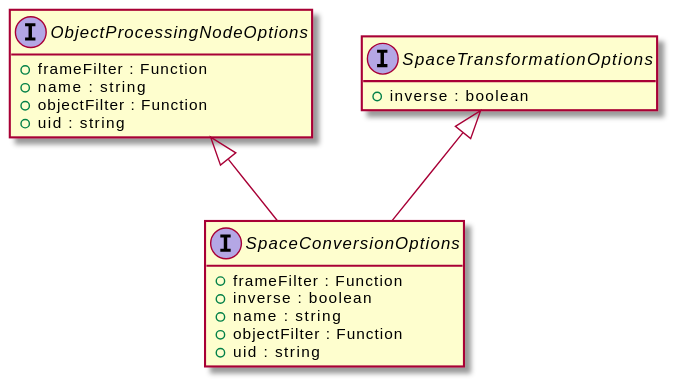
This is assets/SpaceConversionOptions-umlClassDiagram-13243.svg from OpenHPS/openhps-core, a PlantUML export, as it was before one commit. Source of this version:
```plantuml
@startuml
skinparam BackgroundColor transparent
hide empty methods
hide empty fields
interface "SpaceConversionOptions" {
    +frameFilter : Function
    +inverse : boolean
    +name : string
    +objectFilter : Function
    +uid : string
}
interface "ObjectProcessingNodeOptions" {
    +frameFilter : Function
    +name : string
    +objectFilter : Function
    +uid : string
}
"ObjectProcessingNodeOptions" <|-- "SpaceConversionOptions"
interface "SpaceTransformationOptions" {
    +inverse : boolean
}
"SpaceTransformationOptions" <|-- "SpaceConversionOptions"
@enduml
```
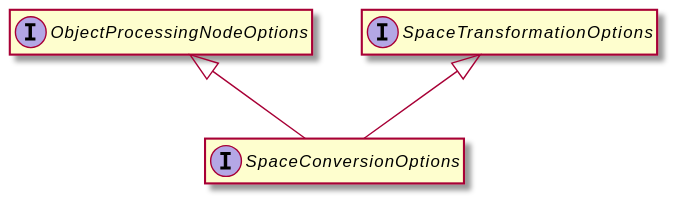
After the change.

Diff of the diagram source:
```diff
@@ -3,21 +3,11 @@
 hide empty methods
 hide empty fields
 interface "SpaceConversionOptions" {
-    +frameFilter : Function
-    +inverse : boolean
-    +name : string
-    +objectFilter : Function
-    +uid : string
 }
 interface "ObjectProcessingNodeOptions" {
-    +frameFilter : Function
-    +name : string
-    +objectFilter : Function
-    +uid : string
 }
 "ObjectProcessingNodeOptions" <|-- "SpaceConversionOptions"
 interface "SpaceTransformationOptions" {
-    +inverse : boolean
 }
 "SpaceTransformationOptions" <|-- "SpaceConversionOptions"
 @enduml
```
